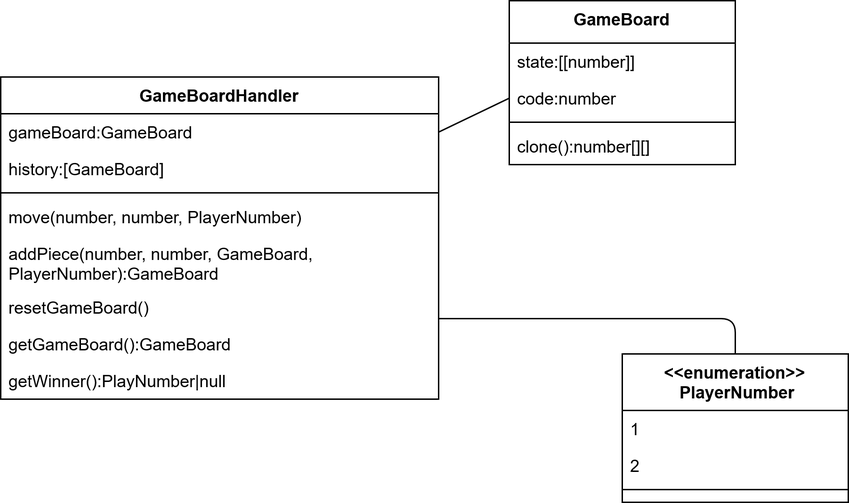
Before: ProductBacklog/Klassendiagramme/Aktuell.png, a diagram exported from draw.io (idlaviV/TIKTacToe). Source tidied: cells renumbered, new cells last; positions are measured from the earlier drawing's top-left corner, leaving out a move shared by most shapes.
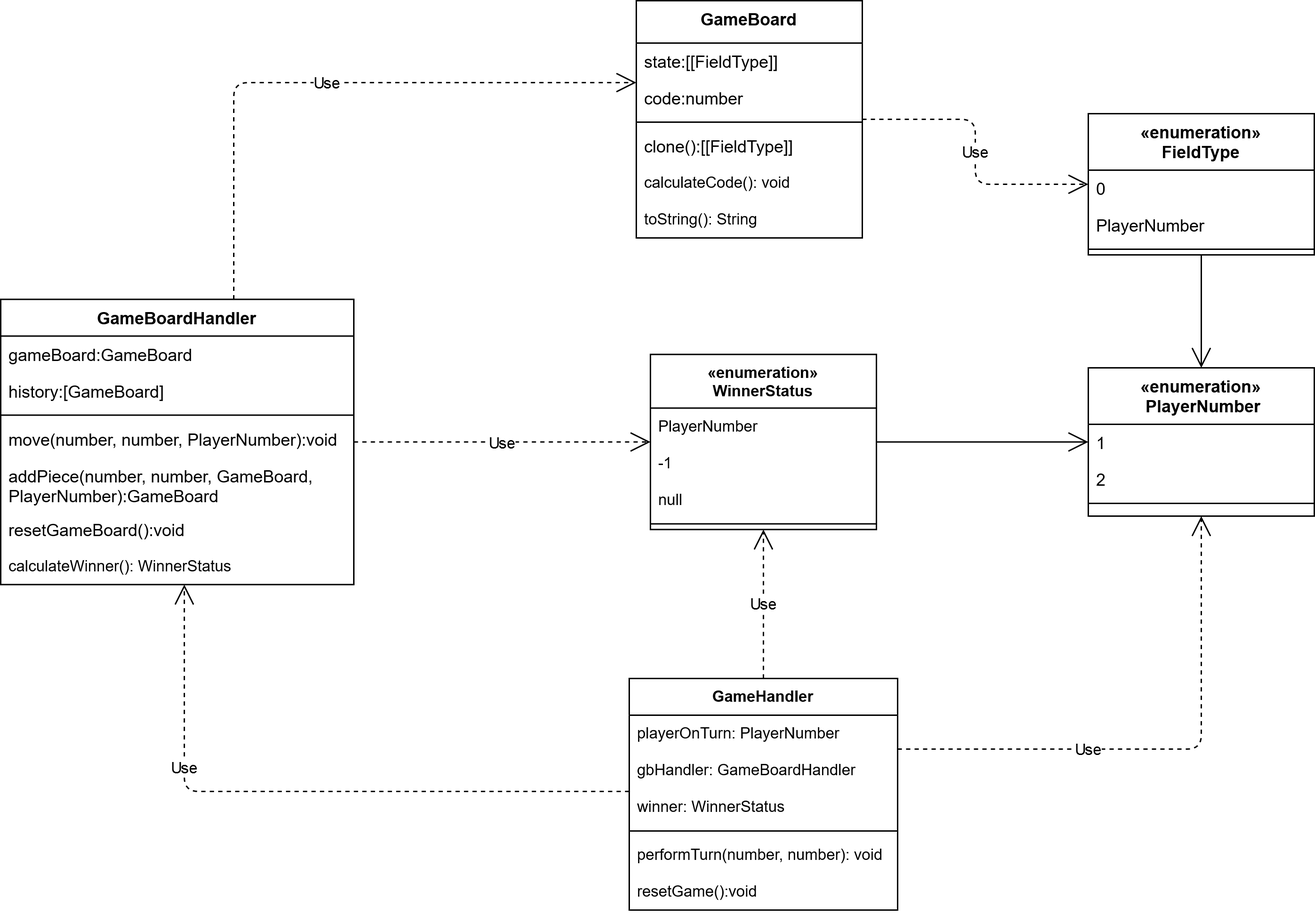
Later version of the same file.

Diff of the diagram source:
```diff
@@ -3,64 +3,145 @@
     <mxCell id="0" />
     <mxCell id="1" parent="0" />
     <mxCell id="2" value="GameBoard" style="swimlane;fontStyle=1;align=center;verticalAlign=top;horizontal=1;startSize=30;rounded=0;shadow=0;strokeWidth=1;" parent="1" vertex="1">
-      <mxGeometry x="360" width="160" height="116" as="geometry" />
+      <mxGeometry x="475" y="-430" width="160" height="168" as="geometry" />
     </mxCell>
-    <mxCell id="3" value="state:[[number]]" style="text;align=left;verticalAlign=top;spacingLeft=4;spacingRight=4;overflow=hidden;" parent="2" vertex="1">
-      <mxGeometry y="30" width="160" height="26" as="geometry" />
-    </mxCell>
+    <mxCell id="22" value="state:[[FieldType]]" style="text;align=left;verticalAlign=top;spacingLeft=4;spacingRight=4;overflow=hidden;" parent="2" vertex="1">
+      <mxGeometry y="30" width="160" height="26" as="geometry" />
+    </mxCell>
     <mxCell id="4" value="code:number" style="text;align=left;verticalAlign=top;spacingLeft=4;spacingRight=4;overflow=hidden;points=[[0,0.5],[1,0.5]];portConstraint=eastwest;rounded=0;shadow=0;html=0;" parent="2" vertex="1">
       <mxGeometry y="56" width="160" height="26" as="geometry" />
     </mxCell>
     <mxCell id="5" style="line;html=1;strokeWidth=1;align=left;verticalAlign=middle;spacingTop=-1;spacingLeft=3;spacingRight=3;labelPosition=right;" parent="2" vertex="1">
       <mxGeometry y="82" width="160" height="8" as="geometry" />
     </mxCell>
-    <mxCell id="6" value="clone():number[][]" style="text;align=left;verticalAlign=top;spacingLeft=4;spacingRight=4;overflow=hidden;fontStyle=0;" parent="2" vertex="1">
-      <mxGeometry y="90" width="160" height="26" as="geometry" />
-    </mxCell>
+    <mxCell id="23" value="clone():[[FieldType]]" style="text;align=left;verticalAlign=top;spacingLeft=4;spacingRight=4;overflow=hidden;fontStyle=0;" parent="2" vertex="1">
+      <mxGeometry y="90" width="160" height="26" as="geometry" />
+    </mxCell>
+    <mxCell id="24" value="calculateCode(): void" style="text;strokeColor=none;fillColor=none;align=left;verticalAlign=top;spacingLeft=4;spacingRight=4;overflow=hidden;fontFamily=Helvetica;fontSize=11;fontColor=default;" parent="2" vertex="1">
+      <mxGeometry y="116" width="160" height="26" as="geometry" />
+    </mxCell>
+    <mxCell id="25" value="toString(): String" style="text;strokeColor=none;fillColor=none;align=left;verticalAlign=top;spacingLeft=4;spacingRight=4;overflow=hidden;fontFamily=Helvetica;fontSize=11;fontColor=default;" parent="2" vertex="1">
+      <mxGeometry y="142" width="160" height="26" as="geometry" />
+    </mxCell>
     <mxCell id="7" value="GameBoardHandler" style="swimlane;fontStyle=1;align=center;verticalAlign=top;horizontal=1;startSize=26;rounded=0;shadow=0;strokeWidth=1;" parent="1" vertex="1">
-      <mxGeometry y="54" width="310" height="228" as="geometry" />
+      <mxGeometry x="25" y="-218.5" width="250" height="202" as="geometry" />
     </mxCell>
     <mxCell id="8" value="gameBoard:GameBoard" style="text;align=left;verticalAlign=top;spacingLeft=4;spacingRight=4;overflow=hidden;points=[[0,0.5],[1,0.5]];portConstraint=eastwest;" parent="7" vertex="1">
-      <mxGeometry y="26" width="310" height="26" as="geometry" />
+      <mxGeometry y="26" width="250" height="26" as="geometry" />
     </mxCell>
     <mxCell id="9" value="history:[GameBoard]" style="text;align=left;verticalAlign=top;spacingLeft=4;spacingRight=4;overflow=hidden;rounded=0;shadow=0;html=0;" parent="7" vertex="1">
-      <mxGeometry y="52" width="310" height="26" as="geometry" />
+      <mxGeometry y="52" width="250" height="26" as="geometry" />
     </mxCell>
-    <mxCell id="10" style="line;html=1;strokeWidth=1;align=left;verticalAlign=middle;spacingTop=-1;spacingLeft=3;spacingRight=3;labelPosition=right;" parent="7" vertex="1">
-      <mxGeometry y="78" width="310" height="8" as="geometry" />
-    </mxCell>
-    <mxCell id="11" value="move(number, number, PlayerNumber)" style="text;align=left;verticalAlign=top;spacingLeft=4;spacingRight=4;overflow=hidden;fontStyle=0;" parent="7" vertex="1">
-      <mxGeometry y="86" width="310" height="26" as="geometry" />
-    </mxCell>
+    <mxCell id="26" style="line;html=1;strokeWidth=1;align=left;verticalAlign=middle;spacingTop=-1;spacingLeft=3;spacingRight=3;labelPosition=right;" parent="7" vertex="1">
+      <mxGeometry y="78" width="250" height="8" as="geometry" />
+    </mxCell>
+    <mxCell id="27" value="move(number, number, PlayerNumber):void" style="text;align=left;verticalAlign=top;spacingLeft=4;spacingRight=4;overflow=hidden;fontStyle=0;" parent="7" vertex="1">
+      <mxGeometry y="86" width="250" height="26" as="geometry" />
+    </mxCell>
     <mxCell id="12" value="addPiece(number, number, GameBoard, &#10;PlayerNumber):GameBoard" style="text;strokeColor=none;fillColor=none;align=left;verticalAlign=top;spacingLeft=4;spacingRight=4;overflow=hidden;" parent="7" vertex="1">
-      <mxGeometry y="112" width="310" height="38" as="geometry" />
+      <mxGeometry y="112" width="250" height="38" as="geometry" />
     </mxCell>
-    <mxCell id="13" value="resetGameBoard()" style="text;strokeColor=none;fillColor=none;align=left;verticalAlign=top;spacingLeft=4;spacingRight=4;overflow=hidden;" parent="7" vertex="1">
-      <mxGeometry y="150" width="310" height="26" as="geometry" />
-    </mxCell>
-    <mxCell id="14" value="getGameBoard():GameBoard" style="text;strokeColor=none;fillColor=none;align=left;verticalAlign=top;spacingLeft=4;spacingRight=4;overflow=hidden;" parent="7" vertex="1">
-      <mxGeometry y="176" width="310" height="26" as="geometry" />
-    </mxCell>
-    <mxCell id="15" value="getWinner():PlayNumber|null" style="text;strokeColor=none;fillColor=none;align=left;verticalAlign=top;spacingLeft=4;spacingRight=4;overflow=hidden;" parent="7" vertex="1">
-      <mxGeometry y="202" width="310" height="26" as="geometry" />
-    </mxCell>
-    <mxCell id="16" value="&lt;&lt;enumeration&gt;&gt;&#10; PlayerNumber" style="swimlane;fontStyle=1;align=center;verticalAlign=top;horizontal=1;startSize=40;rounded=0;shadow=0;strokeWidth=1;" parent="1" vertex="1">
-      <mxGeometry x="440" y="250" width="160" height="105" as="geometry" />
-    </mxCell>
+    <mxCell id="28" value="resetGameBoard():void" style="text;strokeColor=none;fillColor=none;align=left;verticalAlign=top;spacingLeft=4;spacingRight=4;overflow=hidden;" parent="7" vertex="1">
+      <mxGeometry y="150" width="250" height="26" as="geometry" />
+    </mxCell>
+    <mxCell id="29" value="calculateWinner(): WinnerStatus" style="text;strokeColor=none;fillColor=none;align=left;verticalAlign=top;spacingLeft=4;spacingRight=4;overflow=hidden;fontFamily=Helvetica;fontSize=11;fontColor=default;" parent="7" vertex="1">
+      <mxGeometry y="176" width="250" height="26" as="geometry" />
+    </mxCell>
+    <mxCell id="30" value="«enumeration»&#10; PlayerNumber" style="swimlane;fontStyle=1;align=center;verticalAlign=top;horizontal=1;startSize=40;rounded=0;shadow=0;strokeWidth=1;" parent="1" vertex="1">
+      <mxGeometry x="795" y="-170" width="160" height="105" as="geometry" />
+    </mxCell>
-    <mxCell id="17" value="1" style="text;align=left;verticalAlign=top;spacingLeft=4;spacingRight=4;overflow=hidden;" parent="16" vertex="1">
+    <mxCell id="17" value="1" style="text;align=left;verticalAlign=top;spacingLeft=4;spacingRight=4;overflow=hidden;" parent="30" vertex="1">
       <mxGeometry y="40" width="160" height="26" as="geometry" />
     </mxCell>
-    <mxCell id="18" value="2" style="text;align=left;verticalAlign=top;spacingLeft=4;spacingRight=4;overflow=hidden;rounded=0;shadow=0;html=0;" parent="16" vertex="1">
+    <mxCell id="18" value="2" style="text;align=left;verticalAlign=top;spacingLeft=4;spacingRight=4;overflow=hidden;rounded=0;shadow=0;html=0;" parent="30" vertex="1">
       <mxGeometry y="66" width="160" height="26" as="geometry" />
     </mxCell>
-    <mxCell id="19" style="line;html=1;strokeWidth=1;align=left;verticalAlign=middle;spacingTop=-1;spacingLeft=3;spacingRight=3;labelPosition=right;" parent="16" vertex="1">
+    <mxCell id="19" style="line;html=1;strokeWidth=1;align=left;verticalAlign=middle;spacingTop=-1;spacingLeft=3;spacingRight=3;labelPosition=right;" parent="30" vertex="1">
       <mxGeometry y="92" width="160" height="8" as="geometry" />
     </mxCell>
-    <mxCell id="20" style="endArrow=none;html=1;entryX=1;entryY=0.5;entryDx=0;entryDy=0;exitX=0;exitY=0.5;exitDx=0;exitDy=0;" parent="1" edge="1" source="4" target="8">
-      <mxGeometry relative="1" as="geometry" />
-    </mxCell>
-    <mxCell id="21" style="endArrow=none;html=1;entryX=1;entryY=0.75;entryDx=0;entryDy=0;exitX=0.5;exitY=0;exitDx=0;exitDy=0;edgeStyle=orthogonalEdgeStyle;" parent="1" edge="1" source="16" target="7">
-      <mxGeometry relative="1" as="geometry" />
-    </mxCell>
+    <mxCell id="31" value="«enumeration»&#10;FieldType" style="swimlane;fontStyle=1;align=center;verticalAlign=top;horizontal=1;startSize=40;" parent="1" vertex="1">
+      <mxGeometry x="795" y="-350" width="160" height="100" as="geometry" />
+    </mxCell>
+    <mxCell id="32" value="0" style="text;strokeColor=none;fillColor=none;align=left;verticalAlign=top;spacingLeft=4;spacingRight=4;overflow=hidden;" parent="31" vertex="1">
+      <mxGeometry y="40" width="160" height="26" as="geometry" />
+    </mxCell>
+    <mxCell id="33" value="PlayerNumber" style="text;strokeColor=none;fillColor=none;align=left;verticalAlign=top;spacingLeft=4;spacingRight=4;overflow=hidden;" parent="31" vertex="1">
+      <mxGeometry y="66" width="160" height="26" as="geometry" />
+    </mxCell>
+    <mxCell id="34" style="line;strokeWidth=1;fillColor=none;align=left;verticalAlign=middle;spacingTop=-1;spacingLeft=3;spacingRight=3;labelPosition=right;strokeColor=inherit;" parent="31" vertex="1">
+      <mxGeometry y="92" width="160" height="8" as="geometry" />
+    </mxCell>
+    <mxCell id="35" value="Use" style="endArrow=open;endSize=12;dashed=1;html=1;edgeStyle=orthogonalEdgeStyle;" parent="1" edge="1" source="7" target="2">
+      <mxGeometry relative="1" as="geometry">
+        <Array as="points">
+          <mxPoint x="190" y="-372" />
+        </Array>
+      </mxGeometry>
+    </mxCell>
+    <mxCell id="36" value="Use" style="endArrow=open;endSize=12;dashed=1;html=1;edgeStyle=orthogonalEdgeStyle;" parent="1" edge="1" source="2" target="31">
+      <mxGeometry relative="1" as="geometry" />
+    </mxCell>
+    <mxCell id="37" style="endArrow=open;endSize=12;html=1;edgeStyle=orthogonalEdgeStyle;" parent="1" edge="1" source="31" target="30">
+      <mxGeometry relative="1" as="geometry" />
+    </mxCell>
+    <mxCell id="38" value="«enumeration»&#10;WinnerStatus" style="swimlane;fontStyle=1;align=center;verticalAlign=top;horizontal=1;startSize=38;fontFamily=Helvetica;fontSize=11;fontColor=default;" parent="1" vertex="1">
+      <mxGeometry x="485" y="-179.5" width="160" height="124" as="geometry" />
+    </mxCell>
+    <mxCell id="39" value="PlayerNumber" style="text;strokeColor=none;fillColor=none;align=left;verticalAlign=top;spacingLeft=4;spacingRight=4;overflow=hidden;fontFamily=Helvetica;fontSize=11;fontColor=default;" parent="38" vertex="1">
+      <mxGeometry y="38" width="160" height="26" as="geometry" />
+    </mxCell>
+    <mxCell id="40" value="-1" style="text;strokeColor=none;fillColor=none;align=left;verticalAlign=top;spacingLeft=4;spacingRight=4;overflow=hidden;fontFamily=Helvetica;fontSize=11;fontColor=default;" parent="38" vertex="1">
+      <mxGeometry y="64" width="160" height="26" as="geometry" />
+    </mxCell>
+    <mxCell id="41" value="null" style="text;strokeColor=none;fillColor=none;align=left;verticalAlign=top;spacingLeft=4;spacingRight=4;overflow=hidden;fontFamily=Helvetica;fontSize=11;fontColor=default;" parent="38" vertex="1">
+      <mxGeometry y="90" width="160" height="26" as="geometry" />
+    </mxCell>
+    <mxCell id="42" style="line;strokeWidth=1;fillColor=none;align=left;verticalAlign=middle;spacingTop=-1;spacingLeft=3;spacingRight=3;labelPosition=right;strokeColor=inherit;fontFamily=Helvetica;fontSize=11;fontColor=default;" parent="38" vertex="1">
+      <mxGeometry y="116" width="160" height="8" as="geometry" />
+    </mxCell>
+    <mxCell id="43" value="Use" style="endArrow=open;endSize=12;dashed=1;html=1;rounded=1;labelBackgroundColor=default;strokeColor=default;fontFamily=Helvetica;fontSize=11;fontColor=default;shape=connector;edgeStyle=elbowEdgeStyle;" parent="1" edge="1" source="7" target="38">
+      <mxGeometry relative="1" as="geometry" />
+    </mxCell>
+    <mxCell id="44" style="endArrow=open;endSize=12;html=1;rounded=1;labelBackgroundColor=default;strokeColor=default;fontFamily=Helvetica;fontSize=11;fontColor=default;shape=connector;" parent="1" edge="1" source="38" target="30">
+      <mxGeometry relative="1" as="geometry" />
+    </mxCell>
+    <mxCell id="45" value="GameHandler" style="swimlane;fontStyle=1;align=center;verticalAlign=top;horizontal=1;startSize=26;fontFamily=Helvetica;fontSize=11;fontColor=default;" parent="1" vertex="1">
+      <mxGeometry x="470" y="50" width="190" height="164" as="geometry" />
+    </mxCell>
+    <mxCell id="46" value="playerOnTurn: PlayerNumber" style="text;strokeColor=none;fillColor=none;align=left;verticalAlign=top;spacingLeft=4;spacingRight=4;overflow=hidden;fontFamily=Helvetica;fontSize=11;fontColor=default;" parent="45" vertex="1">
+      <mxGeometry y="26" width="190" height="26" as="geometry" />
+    </mxCell>
+    <mxCell id="47" value="gbHandler: GameBoardHandler" style="text;strokeColor=none;fillColor=none;align=left;verticalAlign=top;spacingLeft=4;spacingRight=4;overflow=hidden;fontFamily=Helvetica;fontSize=11;fontColor=default;" parent="45" vertex="1">
+      <mxGeometry y="52" width="190" height="26" as="geometry" />
+    </mxCell>
+    <mxCell id="48" value="winner: WinnerStatus" style="text;strokeColor=none;fillColor=none;align=left;verticalAlign=top;spacingLeft=4;spacingRight=4;overflow=hidden;fontFamily=Helvetica;fontSize=11;fontColor=default;" parent="45" vertex="1">
+      <mxGeometry y="78" width="190" height="26" as="geometry" />
+    </mxCell>
+    <mxCell id="49" style="line;strokeWidth=1;fillColor=none;align=left;verticalAlign=middle;spacingTop=-1;spacingLeft=3;spacingRight=3;labelPosition=right;strokeColor=inherit;fontFamily=Helvetica;fontSize=11;fontColor=default;" parent="45" vertex="1">
+      <mxGeometry y="104" width="190" height="8" as="geometry" />
+    </mxCell>
+    <mxCell id="50" value="performTurn(number, number): void" style="text;strokeColor=none;fillColor=none;align=left;verticalAlign=top;spacingLeft=4;spacingRight=4;overflow=hidden;fontFamily=Helvetica;fontSize=11;fontColor=default;" parent="45" vertex="1">
+      <mxGeometry y="112" width="190" height="26" as="geometry" />
+    </mxCell>
+    <mxCell id="51" value="resetGame():void" style="text;strokeColor=none;fillColor=none;align=left;verticalAlign=top;spacingLeft=4;spacingRight=4;overflow=hidden;fontFamily=Helvetica;fontSize=11;fontColor=default;" parent="45" vertex="1">
+      <mxGeometry y="138" width="190" height="26" as="geometry" />
+    </mxCell>
+    <mxCell id="52" value="Use" style="endArrow=open;endSize=12;dashed=1;html=1;rounded=1;labelBackgroundColor=default;strokeColor=default;fontFamily=Helvetica;fontSize=11;fontColor=default;shape=connector;edgeStyle=elbowEdgeStyle;" parent="1" edge="1" source="45" target="7">
+      <mxGeometry x="0.44" relative="1" as="geometry">
+        <Array as="points">
+          <mxPoint x="155" y="130" />
+        </Array>
+      </mxGeometry>
+    </mxCell>
+    <mxCell id="53" value="Use" style="endArrow=open;endSize=12;dashed=1;html=1;rounded=1;labelBackgroundColor=default;strokeColor=default;fontFamily=Helvetica;fontSize=11;fontColor=default;shape=connector;" parent="1" edge="1" source="45" target="38">
+      <mxGeometry relative="1" as="geometry" />
+    </mxCell>
+    <mxCell id="54" value="Use" style="endArrow=open;endSize=12;dashed=1;html=1;rounded=1;labelBackgroundColor=default;strokeColor=default;fontFamily=Helvetica;fontSize=11;fontColor=default;shape=connector;edgeStyle=elbowEdgeStyle;" parent="1" edge="1" source="45" target="30">
+      <mxGeometry x="-0.29" relative="1" as="geometry">
+        <Array as="points">
+          <mxPoint x="875" y="100" />
+        </Array>
+      </mxGeometry>
+    </mxCell>
   </root>
 </mxGraphModel>
```
